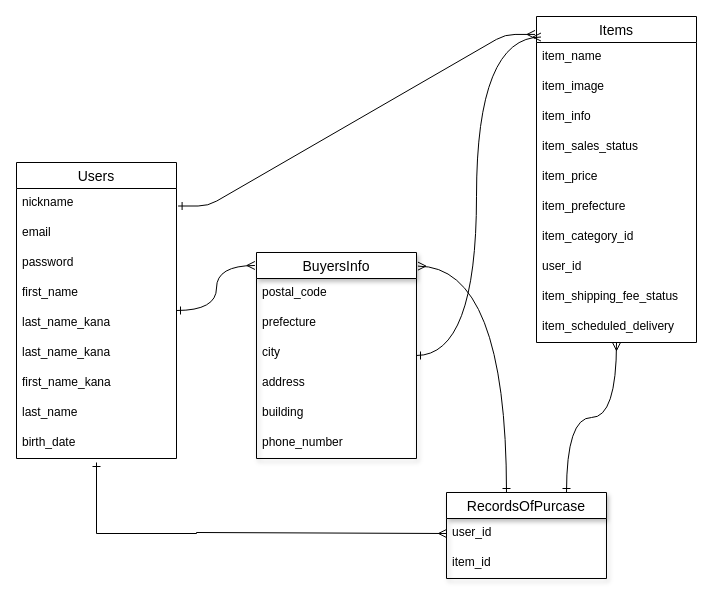
Earlier version of the draw.io diagram page "ページ1" (1 of 2) of entity.dio (Takahashi-Risa/furima-35255). Source tidied: cells renumbered, new cells numbered last; positions are measured from the earlier drawing's top-left corner, leaving out a move shared by most shapes. Both pictures are drawn from the tidied source at 100%, with x=0, y=0 at pixel (16, 16).
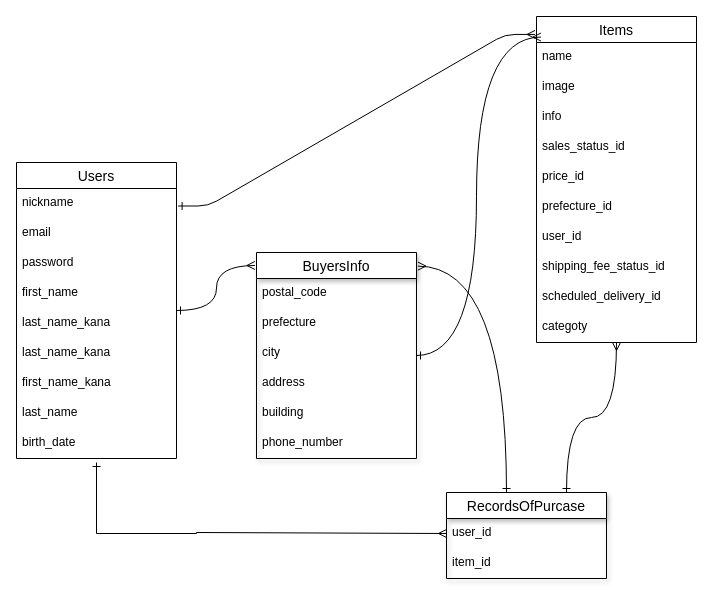
Above is the later version.

Unchanged cells that the change refers to:
```xml
<mxCell id="14" value="Items" style="swimlane;fontStyle=0;horizontal=1;startSize=26;align=center;fontSize=14;" parent="1" vertex="1">
  <mxGeometry x="520" width="160" height="326" as="geometry" />
</mxCell>
```

Diff of the diagram source:
```diff
@@
-    <mxCell id="15" value="item_name" style="text;strokeColor=none;fillColor=none;spacingLeft=4;spacingRight=4;overflow=hidden;fontSize=12;shadow=1;" parent="14" vertex="1">
+    <mxCell id="15" value="name" style="text;strokeColor=none;fillColor=none;spacingLeft=4;spacingRight=4;overflow=hidden;fontSize=12;shadow=1;" parent="14" vertex="1">
       <mxGeometry y="26" width="160" height="30" as="geometry" />
     </mxCell>
-    <mxCell id="16" value="item_image" style="text;strokeColor=none;fillColor=none;spacingLeft=4;spacingRight=4;overflow=hidden;fontSize=12;" parent="14" vertex="1">
+    <mxCell id="16" value="image" style="text;strokeColor=none;fillColor=none;spacingLeft=4;spacingRight=4;overflow=hidden;fontSize=12;" parent="14" vertex="1">
       <mxGeometry y="56" width="160" height="30" as="geometry" />
     </mxCell>
-    <mxCell id="17" value="item_info" style="text;strokeColor=none;fillColor=none;spacingLeft=4;spacingRight=4;overflow=hidden;fontSize=12;" parent="14" vertex="1">
+    <mxCell id="17" value="info" style="text;strokeColor=none;fillColor=none;spacingLeft=4;spacingRight=4;overflow=hidden;fontSize=12;" parent="14" vertex="1">
       <mxGeometry y="86" width="160" height="30" as="geometry" />
     </mxCell>
-    <mxCell id="18" value="item_sales_status" style="text;strokeColor=none;fillColor=none;spacingLeft=4;spacingRight=4;overflow=hidden;fontSize=12;shadow=1;align=left;" parent="14" vertex="1">
+    <mxCell id="18" value="sales_status_id" style="text;strokeColor=none;fillColor=none;spacingLeft=4;spacingRight=4;overflow=hidden;fontSize=12;shadow=1;align=left;" parent="14" vertex="1">
       <mxGeometry y="116" width="160" height="30" as="geometry" />
     </mxCell>
-    <mxCell id="19" value="item_price" style="text;strokeColor=none;fillColor=none;spacingLeft=4;spacingRight=4;overflow=hidden;fontSize=12;shadow=1;align=left;" parent="14" vertex="1">
+    <mxCell id="19" value="price_id" style="text;strokeColor=none;fillColor=none;spacingLeft=4;spacingRight=4;overflow=hidden;fontSize=12;shadow=1;align=left;" parent="14" vertex="1">
       <mxGeometry y="146" width="160" height="30" as="geometry" />
     </mxCell>
-    <mxCell id="20" value="item_prefecture" style="text;strokeColor=none;fillColor=none;spacingLeft=4;spacingRight=4;overflow=hidden;fontSize=12;shadow=1;align=left;" parent="14" vertex="1">
+    <mxCell id="20" value="prefecture_id" style="text;strokeColor=none;fillColor=none;spacingLeft=4;spacingRight=4;overflow=hidden;fontSize=12;shadow=1;align=left;" parent="14" vertex="1">
       <mxGeometry y="176" width="160" height="30" as="geometry" />
     </mxCell>
-    <mxCell id="21" value="item_category_id" style="text;strokeColor=none;fillColor=none;spacingLeft=4;spacingRight=4;overflow=hidden;fontSize=12;shadow=1;align=left;" parent="14" vertex="1">
-      <mxGeometry y="206" width="160" height="30" as="geometry" />
-    </mxCell>
     <mxCell id="22" value="user_id&#10;" style="text;strokeColor=none;fillColor=none;spacingLeft=4;spacingRight=4;overflow=hidden;fontSize=12;shadow=1;align=left;" parent="14" vertex="1">
-      <mxGeometry y="236" width="160" height="30" as="geometry" />
+      <mxGeometry y="206" width="160" height="30" as="geometry" />
     </mxCell>
-    <mxCell id="23" value="item_shipping_fee_status" style="text;strokeColor=none;fillColor=none;spacingLeft=4;spacingRight=4;overflow=hidden;fontSize=12;shadow=1;align=left;" parent="14" vertex="1">
-      <mxGeometry y="266" width="160" height="30" as="geometry" />
+    <mxCell id="23" value="shipping_fee_status_id" style="text;strokeColor=none;fillColor=none;spacingLeft=4;spacingRight=4;overflow=hidden;fontSize=12;shadow=1;align=left;" parent="14" vertex="1">
+      <mxGeometry y="236" width="160" height="30" as="geometry" />
     </mxCell>
-    <mxCell id="24" value="item_scheduled_delivery" style="text;strokeColor=none;fillColor=none;spacingLeft=4;spacingRight=4;overflow=hidden;fontSize=12;shadow=1;align=left;" parent="14" vertex="1">
-      <mxGeometry y="296" width="160" height="30" as="geometry" />
+    <mxCell id="24" value="scheduled_delivery_id" style="text;strokeColor=none;fillColor=none;spacingLeft=4;spacingRight=4;overflow=hidden;fontSize=12;shadow=1;align=left;" parent="14" vertex="1">
+      <mxGeometry y="266" width="160" height="30" as="geometry" />
     </mxCell>
+    <mxCell id="39" value="categoty" style="text;strokeColor=none;fillColor=none;spacingLeft=4;spacingRight=4;overflow=hidden;fontSize=12;" parent="14" vertex="1">
+      <mxGeometry y="296" width="160" height="30" as="geometry" />
+    </mxCell>
```
